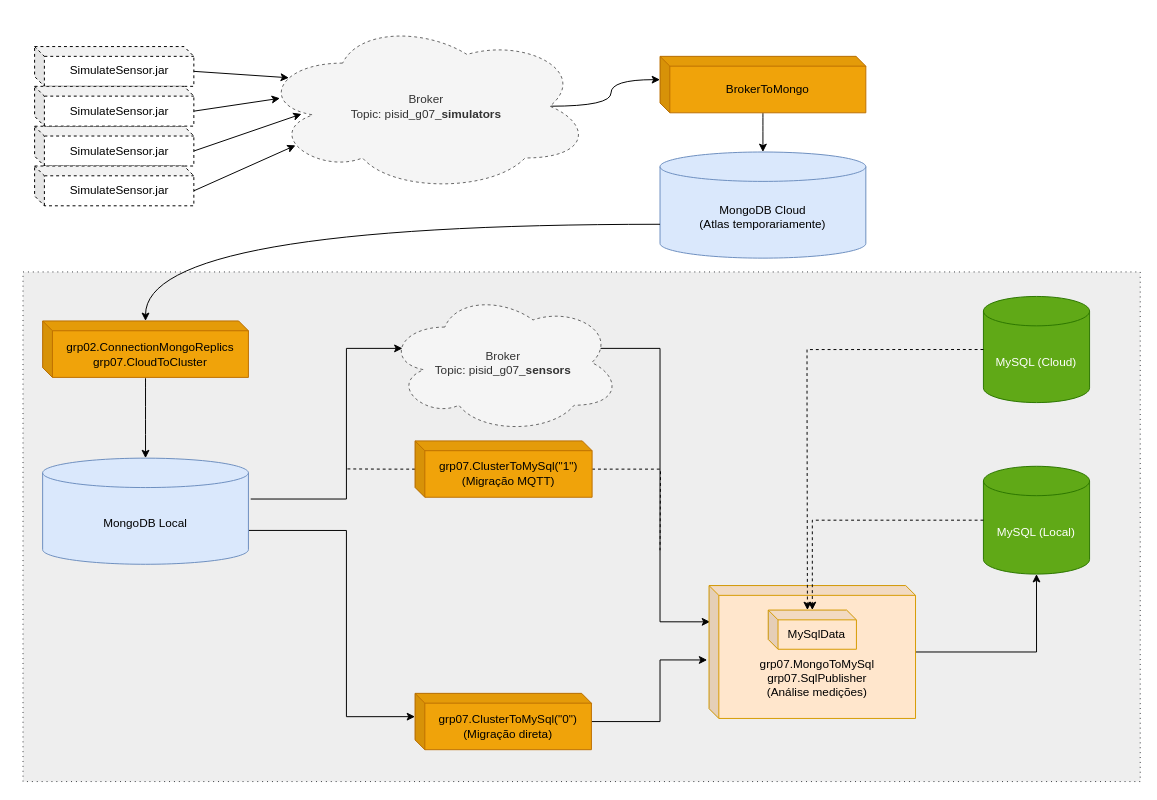
gui-ant/psid keeps this draw.io diagram as java-app/app-scheme.drawio. Above is the earlier version. Source tidied: cells renumbered, new cells numbered last; positions are measured from the earlier drawing's top-left corner, leaving out a move shared by most shapes. Both pictures are drawn from the tidied source at 98%, with x=0, y=0 at pixel (23, 20).
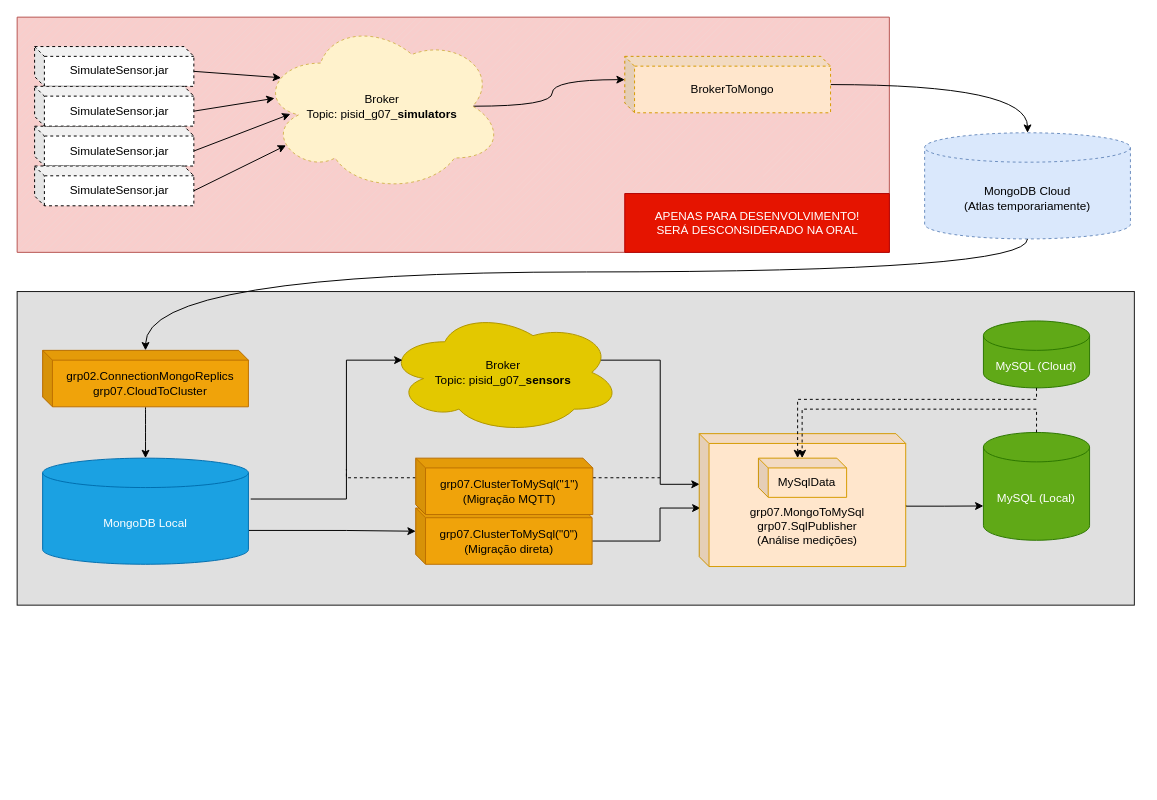
The same page after the edit.

The edit, as a diff of the source:
```diff
@@
+    <mxCell id="36" style="verticalLabelPosition=bottom;verticalAlign=top;html=1;shape=mxgraph.basic.patternFillRect;fillStyle=diag;step=5;fillStrokeWidth=0.2;fillStrokeColor=#dddddd;strokeColor=#b85450;fillColor=#f8cecc;" parent="1" vertex="1">
+      <mxGeometry x="-6" y="-3" width="890" height="240" as="geometry" />
+    </mxCell>
-    <mxCell id="2" style="rounded=0;whiteSpace=wrap;html=1;dashed=1;dashPattern=1 4;fillColor=#eeeeee;strokeColor=#36393d;" parent="1" vertex="1">
-      <mxGeometry y="257" width="1140" height="520" as="geometry" />
+    <mxCell id="2" style="rounded=0;whiteSpace=wrap;html=1;fontColor=#333333;strokeColor=#171717;fillColor=#E0E0E0;" parent="1" vertex="1">
+      <mxGeometry x="-6" y="277" width="1140" height="320" as="geometry" />
     </mxCell>
     <mxCell id="3" style="edgeStyle=orthogonalEdgeStyle;rounded=0;jettySize=auto;html=1;exitDx=0;exitDy=0;exitPerimeter=0;entryDx=0;entryDy=23.776435185185186;entryPerimeter=0;curved=1;exitX=0.875;exitY=0.5;entryX=0;entryY=0;" parent="1" edge="1" source="4" target="30">
       <mxGeometry relative="1" as="geometry">
         <Array as="points">
-          <mxPoint x="600" y="88" />
-          <mxPoint x="600" y="61" />
+          <mxPoint x="540" y="88" />
+          <mxPoint x="540" y="61" />
         </Array>
       </mxGeometry>
     </mxCell>
-    <mxCell id="4" value="Broker&lt;br&gt;Topic: pisid_g07_&lt;b&gt;simulators&lt;/b&gt;" style="ellipse;shape=cloud;whiteSpace=wrap;html=1;dashed=1;fillColor=#f5f5f5;strokeColor=#666666;fontColor=#333333;" parent="1" vertex="1">
-      <mxGeometry x="241.5" y="-0.1" width="338.5" height="176" as="geometry" />
+    <mxCell id="4" value="Broker&lt;br&gt;Topic: pisid_g07_&lt;b&gt;simulators&lt;/b&gt;" style="ellipse;shape=cloud;whiteSpace=wrap;html=1;dashed=1;fillColor=#fff2cc;strokeColor=#d6b656;" parent="1" vertex="1">
+      <mxGeometry x="241.5" y="-0.1" width="248.5" height="176" as="geometry" />
     </mxCell>
@@
-    <mxCell id="13" style="edgeStyle=orthogonalEdgeStyle;rounded=0;jettySize=auto;html=1;entryX=-0.009;entryY=0.56;entryDx=0;entryDy=0;entryPerimeter=0;" parent="1" edge="1" source="14" target="25">
+    <mxCell id="13" style="edgeStyle=orthogonalEdgeStyle;rounded=0;jettySize=auto;html=1;entryX=0.006;entryY=0.56;entryDx=0;entryDy=0;entryPerimeter=0;exitX=0;exitY=0;exitDx=180;exitDy=33.775;exitPerimeter=0;" parent="1" edge="1" source="14" target="25">
       <mxGeometry relative="1" as="geometry">
         <Array as="points">
-          <mxPoint x="650" y="716" />
-          <mxPoint x="650" y="653" />
+          <mxPoint x="650" y="532" />
+          <mxPoint x="650" y="498" />
         </Array>
       </mxGeometry>
     </mxCell>
     <mxCell id="14" value="grp07.ClusterToMySql(&quot;0&quot;)&lt;br&gt;(Migração direta)" style="shape=cube;whiteSpace=wrap;html=1;boundedLbl=1;backgroundOutline=1;darkOpacity=0.05;darkOpacity2=0.1;size=10;fillColor=#f0a30a;strokeColor=#BD7000;fontColor=#000000;" parent="1" vertex="1">
-      <mxGeometry x="400" y="687" width="180" height="57.5" as="geometry" />
+      <mxGeometry x="400.7" y="497.8" width="180" height="57.5" as="geometry" />
     </mxCell>
-    <mxCell id="15" style="edgeStyle=orthogonalEdgeStyle;rounded=0;jettySize=auto;html=1;endArrow=classic;endFill=1;exitX=0.91;exitY=0.4;exitDx=0;exitDy=0;exitPerimeter=0;entryX=0.005;entryY=0.273;entryDx=0;entryDy=0;entryPerimeter=0;" parent="1" edge="1" source="16" target="25">
-      <mxGeometry relative="1" as="geometry">
-        <Array as="points">
-          <mxPoint x="650" y="335" />
-          <mxPoint x="650" y="614" />
-        </Array>
-      </mxGeometry>
+    <mxCell id="15" style="edgeStyle=orthogonalEdgeStyle;rounded=0;jettySize=auto;html=1;endArrow=classic;endFill=1;exitX=0.91;exitY=0.4;exitDx=0;exitDy=0;exitPerimeter=0;entryX=0.002;entryY=0.381;entryDx=0;entryDy=0;entryPerimeter=0;" parent="1" edge="1" source="16" target="25">
+      <mxGeometry relative="1" as="geometry" />
     </mxCell>
-    <mxCell id="16" value="Broker&lt;br&gt;Topic: pisid_g07_&lt;b&gt;sensors&lt;/b&gt;" style="ellipse;shape=cloud;whiteSpace=wrap;html=1;dashed=1;fillColor=#f5f5f5;strokeColor=#666666;fontColor=#333333;" parent="1" vertex="1">
-      <mxGeometry x="370.4" y="277" width="240" height="145" as="geometry" />
+    <mxCell id="16" value="Broker&lt;br&gt;Topic: pisid_g07_&lt;b&gt;sensors&lt;/b&gt;" style="ellipse;shape=cloud;whiteSpace=wrap;html=1;fillColor=#e3c800;strokeColor=#B09500;fontColor=#000000;" parent="1" vertex="1">
+      <mxGeometry x="370.4" y="297" width="240" height="125" as="geometry" />
     </mxCell>
     <mxCell id="17" style="edgeStyle=orthogonalEdgeStyle;rounded=0;jettySize=auto;html=1;dashed=1;endArrow=none;endFill=0;" parent="1" edge="1" source="19">
       <mxGeometry relative="1" as="geometry">
         <mxPoint x="330" y="458" as="targetPoint" />
         <Array as="points">
-          <mxPoint x="370" y="458" />
-          <mxPoint x="330" y="458" />
+          <mxPoint x="330" y="467" />
         </Array>
       </mxGeometry>
     </mxCell>
     <mxCell id="18" style="edgeStyle=orthogonalEdgeStyle;rounded=0;jettySize=auto;html=1;endArrow=none;endFill=0;dashed=1;" parent="1" edge="1" source="19">
       <mxGeometry relative="1" as="geometry">
-        <mxPoint x="650" y="541" as="targetPoint" />
+        <mxPoint x="650" y="467" as="targetPoint" />
+        <Array as="points">
+          <mxPoint x="650" y="467" />
+        </Array>
       </mxGeometry>
     </mxCell>
     <mxCell id="19" value="grp07.ClusterToMySql(&quot;1&quot;) &lt;br&gt;(Migração MQTT)" style="shape=cube;whiteSpace=wrap;html=1;boundedLbl=1;backgroundOutline=1;darkOpacity=0.05;darkOpacity2=0.1;size=10;fillColor=#f0a30a;strokeColor=#BD7000;fontColor=#000000;" parent="1" vertex="1">
-      <mxGeometry x="400" y="429.4" width="180.7" height="57.5" as="geometry" />
+      <mxGeometry x="400.7" y="447" width="180.7" height="57.5" as="geometry" />
     </mxCell>
     <mxCell id="20" style="edgeStyle=orthogonalEdgeStyle;rounded=0;jettySize=auto;html=1;entryX=0;entryY=0;entryDx=0;entryDy=23.775;entryPerimeter=0;exitX=1;exitY=0;exitDx=0;exitDy=73.75;exitPerimeter=0;" parent="1" edge="1" source="32" target="14">
       <mxGeometry relative="1" as="geometry">
         <Array as="points">
           <mxPoint x="330" y="521" />
-          <mxPoint x="330" y="711" />
+          <mxPoint x="330" y="522" />
         </Array>
       </mxGeometry>
     </mxCell>
     <mxCell id="21" style="edgeStyle=orthogonalEdgeStyle;rounded=0;jettySize=auto;html=1;entryX=0.07;entryY=0.4;entryDx=0;entryDy=0;entryPerimeter=0;exitX=1.011;exitY=0.385;exitDx=0;exitDy=0;exitPerimeter=0;" parent="1" edge="1" source="32" target="16">
       <mxGeometry relative="1" as="geometry">
         <Array as="points">
           <mxPoint x="330" y="489" />
-          <mxPoint x="330" y="335" />
+          <mxPoint x="330" y="347" />
         </Array>
       </mxGeometry>
     </mxCell>
     <mxCell id="22" value="MySQL (Cloud)" style="shape=cylinder3;whiteSpace=wrap;html=1;boundedLbl=1;backgroundOutline=1;size=15;fillColor=#60a917;strokeColor=#2D7600;fontColor=#ffffff;" parent="1" vertex="1">
-      <mxGeometry x="980" y="282" width="108.3" height="108.3" as="geometry" />
+      <mxGeometry x="980" y="307" width="108.3" height="68.3" as="geometry" />
     </mxCell>
     <mxCell id="23" value="MySQL (Local)" style="shape=cylinder3;whiteSpace=wrap;html=1;boundedLbl=1;backgroundOutline=1;size=15;fillColor=#60a917;strokeColor=#2D7600;fontColor=#ffffff;" parent="1" vertex="1">
-      <mxGeometry x="980" y="455.3" width="108.3" height="110" as="geometry" />
+      <mxGeometry x="980" y="420.8" width="108.3" height="110" as="geometry" />
     </mxCell>
-    <mxCell id="24" style="edgeStyle=orthogonalEdgeStyle;rounded=0;jettySize=auto;html=1;entryX=0.5;entryY=1;entryDx=0;entryDy=0;entryPerimeter=0;endArrow=classic;endFill=1;" parent="1" edge="1" source="25" target="23">
+    <mxCell id="24" style="edgeStyle=orthogonalEdgeStyle;rounded=0;jettySize=auto;html=1;entryX=0;entryY=0;entryDx=0;entryDy=75;entryPerimeter=0;endArrow=classic;endFill=1;exitX=0;exitY=0;exitDx=210.72999999999996;exitDy=72.815;exitPerimeter=0;" parent="1" edge="1" source="25" target="23">
       <mxGeometry relative="1" as="geometry">
         <Array as="points">
-          <mxPoint x="1034" y="645" />
+          <mxPoint x="901" y="496" />
+          <mxPoint x="940" y="496" />
         </Array>
       </mxGeometry>
     </mxCell>
     <mxCell id="25" value="&lt;br&gt;&lt;br&gt;&lt;br&gt;grp07.MongoToMySql&lt;br&gt;grp07.SqlPublisher&lt;br&gt;(Análise medições)" style="shape=cube;whiteSpace=wrap;html=1;boundedLbl=1;backgroundOutline=1;darkOpacity=0.05;darkOpacity2=0.1;size=10;fillColor=#ffe6cc;strokeColor=#d79b00;" parent="1" vertex="1">
-      <mxGeometry x="700" y="577" width="210.7" height="135.6" as="geometry" />
+      <mxGeometry x="690" y="422" width="210.7" height="135.6" as="geometry" />
     </mxCell>
     <mxCell id="26" value="MySqlData" style="shape=cube;whiteSpace=wrap;html=1;boundedLbl=1;backgroundOutline=1;darkOpacity=0.05;darkOpacity2=0.1;size=10;fillColor=#ffe6cc;strokeColor=#d79b00;" parent="1" vertex="1">
-      <mxGeometry x="760.4" y="602" width="90" height="40" as="geometry" />
+      <mxGeometry x="750.4" y="447" width="90" height="40" as="geometry" />
     </mxCell>
-    <mxCell id="27" style="edgeStyle=orthogonalEdgeStyle;rounded=0;jettySize=auto;html=1;dashed=1;endArrow=classic;endFill=1;exitX=0;exitY=0.5;exitDx=0;exitDy=0;exitPerimeter=0;entryX=0;entryY=0;entryDx=40;entryDy=0;entryPerimeter=0;" parent="1" edge="1" source="22" target="26">
+    <mxCell id="27" style="edgeStyle=orthogonalEdgeStyle;rounded=0;jettySize=auto;html=1;dashed=1;endArrow=classic;endFill=1;exitX=0.5;exitY=1;exitDx=0;exitDy=0;exitPerimeter=0;entryX=0;entryY=0;entryDx=40;entryDy=0;entryPerimeter=0;" parent="1" edge="1" source="22" target="26">
       <mxGeometry relative="1" as="geometry">
         <Array as="points">
-          <mxPoint x="800" y="336" />
-          <mxPoint x="800" y="390" />
+          <mxPoint x="1034" y="387" />
+          <mxPoint x="790" y="387" />
         </Array>
       </mxGeometry>
     </mxCell>
     <mxCell id="28" style="edgeStyle=orthogonalEdgeStyle;rounded=0;jettySize=auto;html=1;endArrow=classic;endFill=1;dashed=1;" parent="1" edge="1" source="23" target="26">
-      <mxGeometry relative="1" as="geometry" />
+      <mxGeometry relative="1" as="geometry">
+        <Array as="points">
+          <mxPoint x="1034" y="397" />
+          <mxPoint x="795" y="397" />
+        </Array>
+      </mxGeometry>
     </mxCell>
@@
-    <mxCell id="30" value="BrokerToMongo" style="shape=cube;whiteSpace=wrap;html=1;boundedLbl=1;backgroundOutline=1;darkOpacity=0.05;darkOpacity2=0.1;size=10;fillColor=#f0a30a;strokeColor=#BD7000;fontColor=#000000;" parent="1" vertex="1">
-      <mxGeometry x="650" y="37" width="210" height="57.6" as="geometry" />
+    <mxCell id="30" value="BrokerToMongo" style="shape=cube;whiteSpace=wrap;html=1;boundedLbl=1;backgroundOutline=1;darkOpacity=0.05;darkOpacity2=0.1;size=10;fillColor=#ffe6cc;strokeColor=#d79b00;dashed=1;" parent="1" vertex="1">
+      <mxGeometry x="614" y="37" width="210" height="57.6" as="geometry" />
     </mxCell>
-    <mxCell id="31" value="MongoDB Cloud&lt;br&gt;(Atlas temporariamente)" style="shape=cylinder3;whiteSpace=wrap;html=1;boundedLbl=1;backgroundOutline=1;size=15;fillColor=#dae8fc;strokeColor=#6c8ebf;" parent="1" vertex="1">
-      <mxGeometry x="650" y="134.6" width="210" height="108.3" as="geometry" />
+    <mxCell id="31" value="MongoDB Cloud&lt;br&gt;(Atlas temporariamente)" style="shape=cylinder3;whiteSpace=wrap;html=1;boundedLbl=1;backgroundOutline=1;size=15;fillColor=#dae8fc;strokeColor=#6c8ebf;dashed=1;" parent="1" vertex="1">
+      <mxGeometry x="920" y="115" width="210" height="108.3" as="geometry" />
     </mxCell>
-    <mxCell id="32" value="MongoDB Local" style="shape=cylinder3;whiteSpace=wrap;html=1;boundedLbl=1;backgroundOutline=1;size=15;fillColor=#dae8fc;strokeColor=#6c8ebf;" parent="1" vertex="1">
+    <mxCell id="32" value="MongoDB Local" style="shape=cylinder3;whiteSpace=wrap;html=1;boundedLbl=1;backgroundOutline=1;size=15;fillColor=#1ba1e2;strokeColor=#006EAF;fontColor=#ffffff;" parent="1" vertex="1">
       <mxGeometry x="20" y="447" width="210" height="108.3" as="geometry" />
     </mxCell>
@@
     <mxCell id="34" value="grp02.ConnectionMongoReplics&lt;br&gt;grp07.CloudToCluster" style="shape=cube;whiteSpace=wrap;html=1;boundedLbl=1;backgroundOutline=1;darkOpacity=0.05;darkOpacity2=0.1;size=10;fillColor=#f0a30a;strokeColor=#BD7000;fontColor=#000000;" parent="1" vertex="1">
-      <mxGeometry x="20" y="307" width="210" height="57.6" as="geometry" />
+      <mxGeometry x="20" y="337" width="210" height="57.6" as="geometry" />
     </mxCell>
-    <mxCell id="35" style="edgeStyle=orthogonalEdgeStyle;curved=1;rounded=0;jettySize=auto;html=1;exitX=0;exitY=0;exitDx=0;exitDy=73.75111111111111;exitPerimeter=0;" parent="1" edge="1" source="31" target="34">
-      <mxGeometry as="geometry" />
+    <mxCell id="35" style="edgeStyle=orthogonalEdgeStyle;curved=1;rounded=0;jettySize=auto;html=1;exitX=0.5;exitY=1;exitDx=0;exitDy=0;exitPerimeter=0;" parent="1" edge="1" source="31" target="34">
+      <mxGeometry as="geometry">
+        <Array as="points">
+          <mxPoint x="1025" y="257" />
+          <mxPoint x="125" y="257" />
+        </Array>
+      </mxGeometry>
     </mxCell>
+    <mxCell id="37" value="APENAS PARA DESENVOLVIMENTO!&lt;br&gt;SERÁ DESCONSIDERADO NA ORAL" style="verticalLabelPosition=middle;verticalAlign=middle;html=1;shape=mxgraph.basic.rect;fillColor2=none;strokeWidth=1;size=30;indent=100;fillColor=#e51400;labelPosition=center;align=center;strokeColor=#B20000;fontColor=#ffffff;" parent="1" vertex="1">
+      <mxGeometry x="614" y="177" width="270" height="60" as="geometry" />
+    </mxCell>
```
